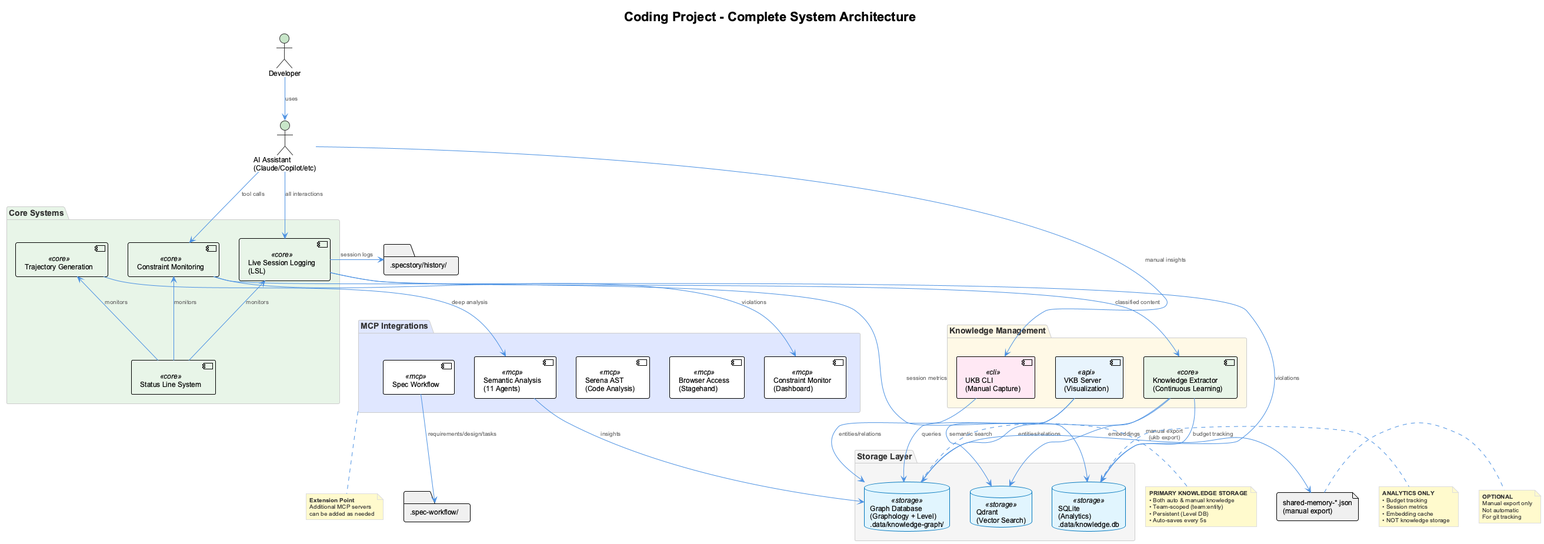
Above: docs/images/coding-system-architecture.png in fwornle/coding (PlantUML), before the change.
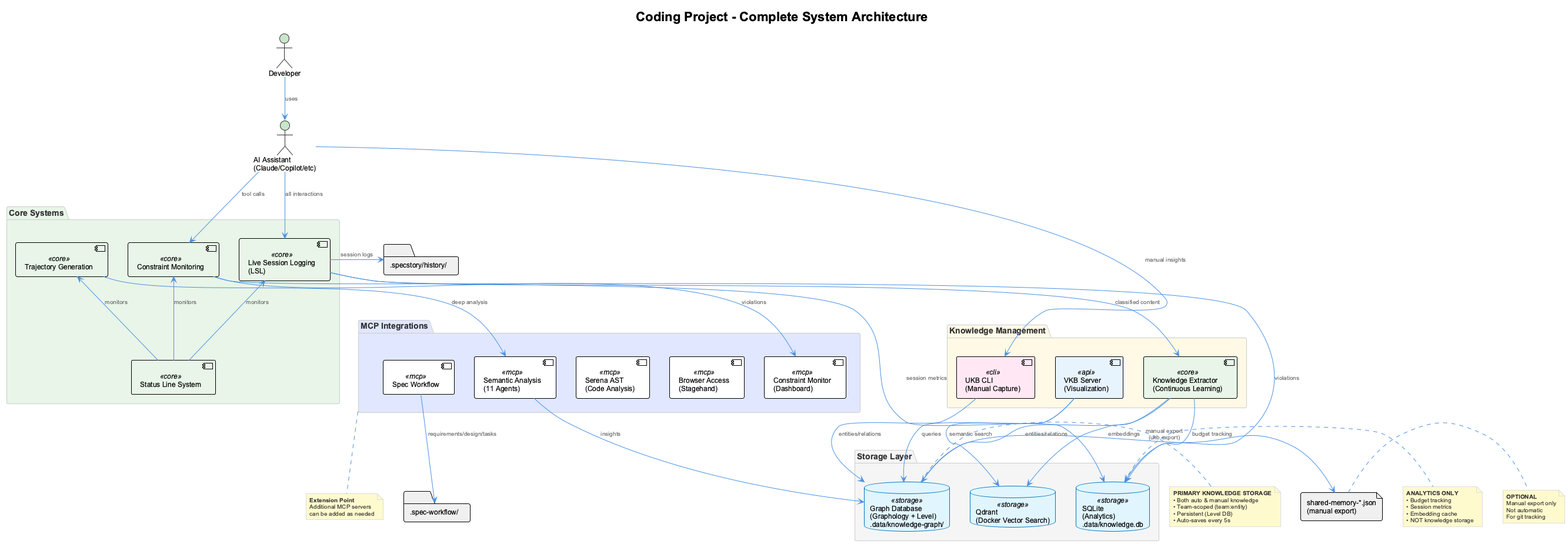
After the commit.

Diff of the diagram source:
```diff
@@ -29,7 +29,7 @@
 
 package "Storage Layer" as storage #F5F5F5 {
   database "Graph Database\n(Graphology + Level)\n.data/knowledge-graph/" as graphdb <<storage>>
-  database "Qdrant\n(Vector Search)" as qdrant <<storage>>
+  database "Qdrant\n(Docker Vector Search)" as qdrant <<storage>>
   database "SQLite\n(Analytics)\n.data/knowledge.db" as sqlite <<storage>>
 }
 
```
